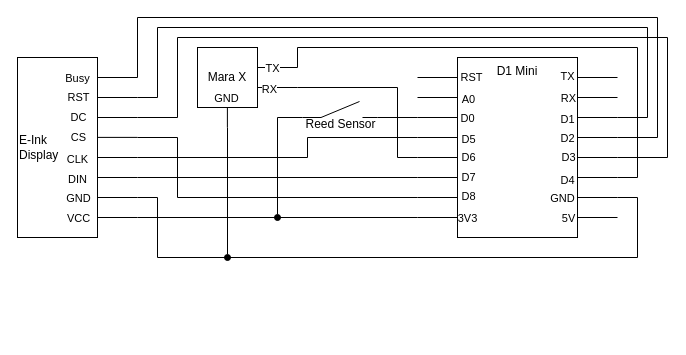
Jerey/mara-x-meter keeps this draw.io diagram as documentation/mara-x-meter.drawio. Above is the earlier version. Source tidied: cells renumbered, new cells numbered last; positions are measured from the earlier drawing's top-left corner, leaving out a move shared by most shapes. Both pictures are drawn from the tidied source at 100%, with x=0, y=0 at pixel (17, 17).
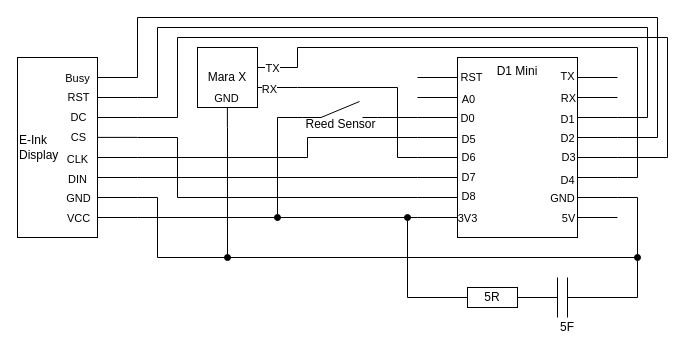
After the change.

What changed in the source:
```diff
@@
+    <mxCell id="73" style="endArrow=oval;html=1;endFill=1;" parent="1" edge="1">
+      <mxGeometry relative="1" as="geometry">
+        <mxPoint x="390" y="280" as="sourcePoint" />
+        <mxPoint x="390" y="200" as="targetPoint" />
+      </mxGeometry>
+    </mxCell>
+    <mxCell id="74" style="endArrow=none;html=1;" parent="1" edge="1" target="75">
+      <mxGeometry relative="1" as="geometry">
+        <mxPoint x="390" y="280" as="sourcePoint" />
+      </mxGeometry>
+    </mxCell>
+    <mxCell id="75" value="5R" style="rounded=0;whiteSpace=wrap;html=1;" parent="1" vertex="1">
+      <mxGeometry x="450" y="270" width="50" height="20" as="geometry" />
+    </mxCell>
+    <mxCell id="76" style="endArrow=none;html=1;entryX=1;entryY=0.5;entryDx=0;entryDy=0;" parent="1" edge="1" target="75">
+      <mxGeometry relative="1" as="geometry">
+        <mxPoint x="540" y="280" as="sourcePoint" />
+      </mxGeometry>
+    </mxCell>
+    <mxCell id="77" style="endArrow=none;html=1;" parent="1" edge="1">
+      <mxGeometry relative="1" as="geometry">
+        <mxPoint x="540" y="300" as="sourcePoint" />
+        <mxPoint x="540" y="260" as="targetPoint" />
+      </mxGeometry>
+    </mxCell>
+    <mxCell id="78" style="endArrow=none;html=1;" parent="1" edge="1">
+      <mxGeometry relative="1" as="geometry">
+        <mxPoint x="550" y="300" as="sourcePoint" />
+        <mxPoint x="550" y="260" as="targetPoint" />
+      </mxGeometry>
+    </mxCell>
+    <mxCell id="79" style="endArrow=none;html=1;" parent="1" edge="1">
+      <mxGeometry relative="1" as="geometry">
+        <mxPoint x="550" y="280" as="sourcePoint" />
+        <mxPoint x="620" y="280" as="targetPoint" />
+      </mxGeometry>
+    </mxCell>
+    <mxCell id="80" style="endArrow=oval;html=1;endFill=1;" parent="1" edge="1">
+      <mxGeometry relative="1" as="geometry">
+        <mxPoint x="620" y="280" as="sourcePoint" />
+        <mxPoint x="620" y="240" as="targetPoint" />
+      </mxGeometry>
+    </mxCell>
+    <mxCell id="81" value="5F" style="text;html=1;strokeColor=none;fillColor=none;align=center;verticalAlign=middle;whiteSpace=wrap;rounded=0;" parent="1" vertex="1">
+      <mxGeometry x="530" y="300" width="40" height="20" as="geometry" />
+    </mxCell>
```
